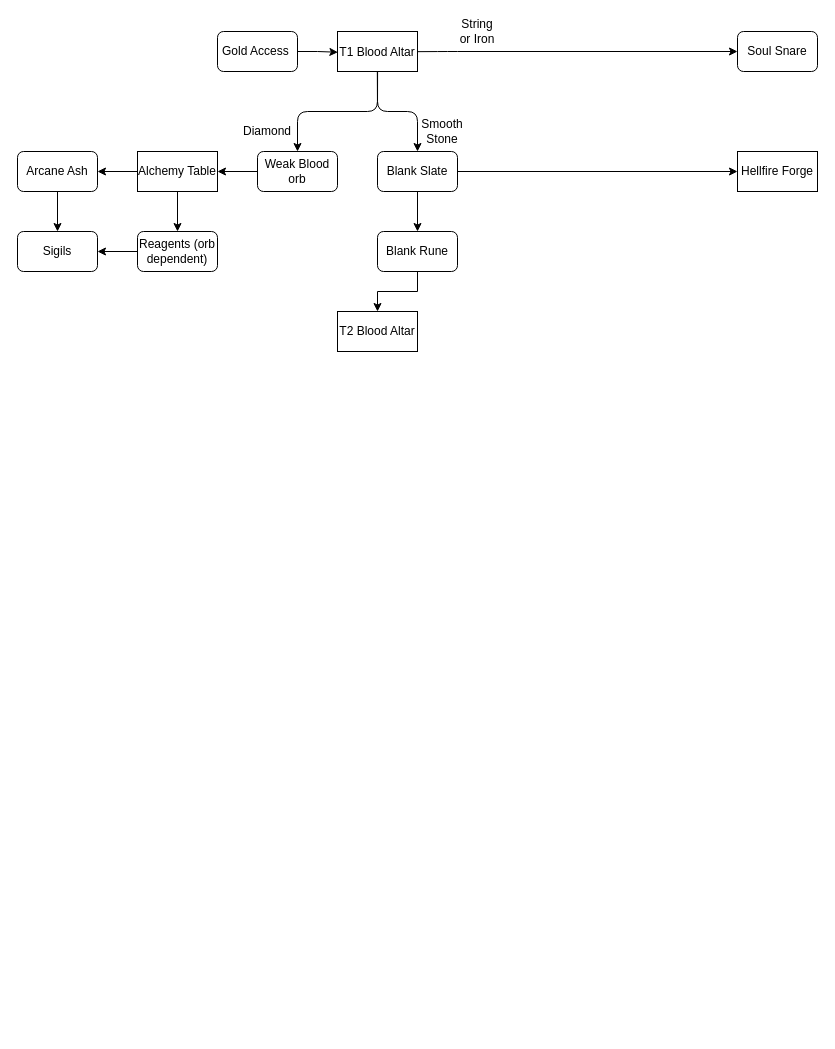
The draw.io diagram BM3 Progression.drawio in WayofTime/BloodMagic, before the edit. Source tidied: cells renumbered, new cells numbered last; positions are measured from the earlier drawing's top-left corner, leaving out a move shared by most shapes. Both pictures are drawn from the tidied source at 100%, with x=0, y=0 at pixel (17, 21).
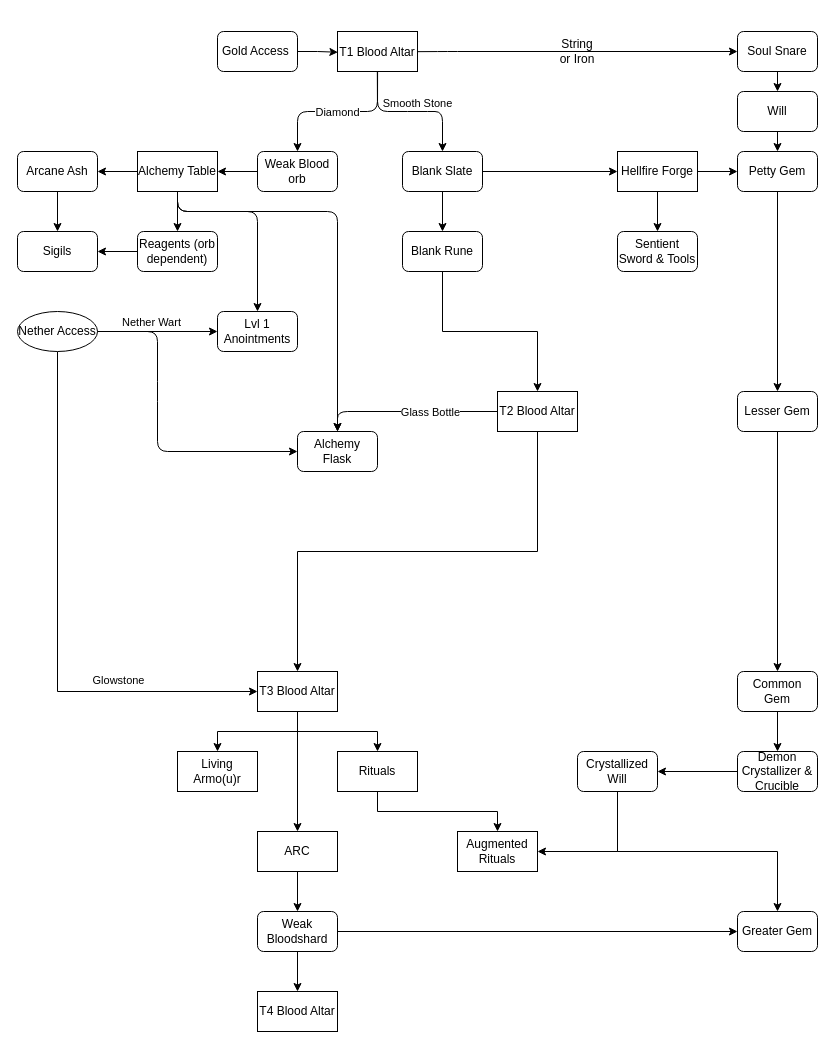
Above is the later version.

Unchanged cells that the change refers to:
```xml
<mxCell id="2" value="T1 Blood Altar" style="shape=umlLifeline;perimeter=lifelinePerimeter;rounded=0;shadow=0;strokeWidth=1;size=40;" parent="1" vertex="1">
  <mxGeometry x="320" y="10" width="80" height="40" as="geometry" />
</mxCell>
<mxCell id="5" value="Soul Snare" style="rounded=1;whiteSpace=wrap;html=1;" parent="1" vertex="1">
  <mxGeometry x="720" y="10" width="80" height="40" as="geometry" />
</mxCell>
<mxCell id="10" value="Alchemy Table" style="rounded=0;whiteSpace=wrap;html=1;glass=0;" parent="1" vertex="1">
  <mxGeometry x="120" y="130" width="80" height="40" as="geometry" />
</mxCell>
<mxCell id="20" style="endArrow=classic;html=1;exitX=0.498;exitY=0.997;exitDx=0;exitDy=0;exitPerimeter=0;entryX=0.5;entryY=0;entryDx=0;entryDy=0;" parent="1" edge="1" source="2" target="14">
  <mxGeometry relative="1" as="geometry">
    <Array as="points">
      <mxPoint x="360" y="90" />
      <mxPoint x="280" y="90" />
    </Array>
  </mxGeometry>
</mxCell>
```

Change to the diagram source:
```diff
@@
+    <mxCell id="29" style="edgeStyle=orthogonalEdgeStyle;rounded=0;jettySize=auto;html=1;exitX=0.5;exitY=1;exitDx=0;exitDy=0;entryX=0.5;entryY=0;entryDx=0;entryDy=0;" parent="1" edge="1" source="5" target="34">
+      <mxGeometry relative="1" as="geometry" />
+    </mxCell>
@@
     <mxCell id="7" value="String or Iron" style="text;html=1;strokeColor=none;fillColor=none;align=center;verticalAlign=middle;whiteSpace=wrap;rounded=0;" parent="1" vertex="1">
-      <mxGeometry x="440" width="40" height="20" as="geometry" />
+      <mxGeometry x="540" y="20" width="40" height="20" as="geometry" />
     </mxCell>
+    <mxCell id="30" style="edgeStyle=orthogonalEdgeStyle;rounded=0;jettySize=auto;html=1;exitX=1;exitY=0.5;exitDx=0;exitDy=0;entryX=0;entryY=0.5;entryDx=0;entryDy=0;" parent="1" edge="1" source="8" target="36">
+      <mxGeometry relative="1" as="geometry" />
+    </mxCell>
+    <mxCell id="31" style="edgeStyle=orthogonalEdgeStyle;rounded=0;jettySize=auto;html=1;exitX=0.5;exitY=1;exitDx=0;exitDy=0;entryX=0.5;entryY=0;entryDx=0;entryDy=0;" parent="1" edge="1" source="8" target="37">
+      <mxGeometry relative="1" as="geometry" />
+    </mxCell>
     <mxCell id="8" value="Hellfire Forge" style="rounded=0;whiteSpace=wrap;html=1;glass=0;" parent="1" vertex="1">
-      <mxGeometry x="720" y="130" width="80" height="40" as="geometry" />
+      <mxGeometry x="600" y="130" width="80" height="40" as="geometry" />
     </mxCell>
@@
-    <mxCell id="15" value="Diamond" style="text;html=1;strokeColor=none;fillColor=none;align=center;verticalAlign=middle;whiteSpace=wrap;rounded=0;glass=0;" parent="1" vertex="1">
-      <mxGeometry x="230" y="100" width="40" height="20" as="geometry" />
-    </mxCell>
@@
     <mxCell id="18" value="Blank Slate" style="rounded=1;whiteSpace=wrap;html=1;glass=0;" parent="1" vertex="1">
-      <mxGeometry x="360" y="130" width="80" height="40" as="geometry" />
+      <mxGeometry x="385" y="130" width="80" height="40" as="geometry" />
     </mxCell>
     <mxCell id="19" style="endArrow=classic;html=1;entryX=0.5;entryY=0;entryDx=0;entryDy=0;exitX=0.501;exitY=0.997;exitDx=0;exitDy=0;exitPerimeter=0;" parent="1" edge="1" source="2" target="18">
       <mxGeometry relative="1" as="geometry">
         <Array as="points">
           <mxPoint x="360" y="90" />
           <mxPoint x="400" y="90" />
+          <mxPoint x="425" y="90" />
         </Array>
       </mxGeometry>
     </mxCell>
+    <mxCell id="21" value="Smooth Stone" style="edgeLabel;html=1;align=center;verticalAlign=bottom;" parent="19" vertex="1">
+      <mxGeometry x="-0.06" y="-1" relative="1" as="geometry">
+        <mxPoint x="12.1" y="-1" as="offset" />
+      </mxGeometry>
+    </mxCell>
@@
-    <mxCell id="21" value="Smooth Stone" style="text;html=1;strokeColor=none;fillColor=none;align=center;verticalAlign=middle;whiteSpace=wrap;rounded=0;glass=0;" parent="1" vertex="1">
-      <mxGeometry x="405" y="100" width="40" height="20" as="geometry" />
-    </mxCell>
+    <mxCell id="15" value="Diamond" style="edgeLabel;html=1;align=center;verticalAlign=middle;" parent="20" vertex="1">
+      <mxGeometry x="0.17" relative="1" as="geometry">
+        <mxPoint x="13.7" as="offset" />
+      </mxGeometry>
+    </mxCell>
@@
     <mxCell id="27" value="Blank Rune" style="rounded=1;whiteSpace=wrap;html=1;glass=0;" parent="1" vertex="1">
-      <mxGeometry x="360" y="210" width="80" height="40" as="geometry" />
+      <mxGeometry x="385" y="210" width="80" height="40" as="geometry" />
     </mxCell>
+    <mxCell id="32" style="edgeStyle=orthogonalEdgeStyle;rounded=0;jettySize=auto;html=1;exitX=0.5;exitY=1;exitDx=0;exitDy=0;entryX=0.5;entryY=0;entryDx=0;entryDy=0;" parent="1" edge="1" source="28" target="46">
+      <mxGeometry relative="1" as="geometry" />
+    </mxCell>
     <mxCell id="28" value="T2 Blood Altar" style="rounded=0;whiteSpace=wrap;html=1;glass=0;" parent="1" vertex="1">
-      <mxGeometry x="320" y="290" width="80" height="40" as="geometry" />
+      <mxGeometry x="480" y="370" width="80" height="40" as="geometry" />
     </mxCell>
+    <mxCell id="33" style="edgeStyle=orthogonalEdgeStyle;rounded=0;jettySize=auto;html=1;exitX=0.5;exitY=1;exitDx=0;exitDy=0;entryX=0.5;entryY=0;entryDx=0;entryDy=0;" parent="1" edge="1" source="34" target="36">
+      <mxGeometry relative="1" as="geometry" />
+    </mxCell>
+    <mxCell id="34" value="Will" style="rounded=1;whiteSpace=wrap;html=1;glass=0;" parent="1" vertex="1">
+      <mxGeometry x="720" y="70" width="80" height="40" as="geometry" />
+    </mxCell>
+    <mxCell id="35" style="edgeStyle=orthogonalEdgeStyle;rounded=0;jettySize=auto;html=1;exitX=0.5;exitY=1;exitDx=0;exitDy=0;entryX=0.5;entryY=0;entryDx=0;entryDy=0;" parent="1" edge="1" source="36" target="54">
+      <mxGeometry relative="1" as="geometry" />
+    </mxCell>
+    <mxCell id="36" value="Petty Gem" style="rounded=1;whiteSpace=wrap;html=1;glass=0;" parent="1" vertex="1">
+      <mxGeometry x="720" y="130" width="80" height="40" as="geometry" />
+    </mxCell>
+    <mxCell id="37" value="Sentient Sword &amp;amp; Tools" style="rounded=1;whiteSpace=wrap;html=1;glass=0;" parent="1" vertex="1">
+      <mxGeometry x="600" y="210" width="80" height="40" as="geometry" />
+    </mxCell>
+    <mxCell id="38" style="edgeStyle=orthogonalEdgeStyle;rounded=0;jettySize=auto;html=1;exitX=0.5;exitY=1;exitDx=0;exitDy=0;entryX=0;entryY=0.5;entryDx=0;entryDy=0;" parent="1" edge="1" source="42" target="46">
+      <mxGeometry relative="1" as="geometry">
+        <Array as="points">
+          <mxPoint x="40" y="670" />
+        </Array>
+      </mxGeometry>
+    </mxCell>
+    <mxCell id="39" value="Glowstone" style="edgeLabel;html=1;align=center;verticalAlign=middle;" parent="38" vertex="1">
+      <mxGeometry x="-0.11" y="1" relative="1" as="geometry">
+        <mxPoint x="59" y="88.3" as="offset" />
+      </mxGeometry>
+    </mxCell>
+    <mxCell id="40" style="edgeStyle=orthogonalEdgeStyle;rounded=0;jettySize=auto;html=1;exitX=1;exitY=0.5;exitDx=0;exitDy=0;entryX=0;entryY=0.5;entryDx=0;entryDy=0;" parent="1" edge="1" source="42" target="47">
+      <mxGeometry relative="1" as="geometry" />
+    </mxCell>
+    <mxCell id="41" value="Nether Wart" style="edgeLabel;html=1;align=center;verticalAlign=middle;" parent="40" vertex="1">
+      <mxGeometry x="-0.11" y="2" relative="1" as="geometry">
+        <mxPoint y="-8" as="offset" />
+      </mxGeometry>
+    </mxCell>
+    <mxCell id="42" value="Nether Access" style="ellipse;whiteSpace=wrap;html=1;rounded=1;glass=0;" parent="1" vertex="1">
+      <mxGeometry y="290" width="80" height="40" as="geometry" />
+    </mxCell>
+    <mxCell id="43" style="edgeStyle=orthogonalEdgeStyle;rounded=0;jettySize=auto;html=1;exitX=0.5;exitY=1;exitDx=0;exitDy=0;entryX=0.5;entryY=0;entryDx=0;entryDy=0;" parent="1" edge="1" source="46" target="59">
+      <mxGeometry relative="1" as="geometry" />
+    </mxCell>
+    <mxCell id="44" style="edgeStyle=orthogonalEdgeStyle;rounded=0;jettySize=auto;html=1;exitX=0.5;exitY=1;exitDx=0;exitDy=0;entryX=0.5;entryY=0;entryDx=0;entryDy=0;" parent="1" edge="1" source="46" target="60">
+      <mxGeometry relative="1" as="geometry" />
+    </mxCell>
+    <mxCell id="45" style="edgeStyle=orthogonalEdgeStyle;rounded=0;jettySize=auto;html=1;exitX=0.5;exitY=1;exitDx=0;exitDy=0;entryX=0.5;entryY=0;entryDx=0;entryDy=0;" parent="1" edge="1" source="46" target="69">
+      <mxGeometry relative="1" as="geometry" />
+    </mxCell>
+    <mxCell id="46" value="T3 Blood Altar" style="rounded=0;whiteSpace=wrap;html=1;glass=0;" parent="1" vertex="1">
+      <mxGeometry x="240" y="650" width="80" height="40" as="geometry" />
+    </mxCell>
+    <mxCell id="47" value="Lvl 1 Anointments" style="rounded=1;whiteSpace=wrap;html=1;glass=0;" parent="1" vertex="1">
+      <mxGeometry x="200" y="290" width="80" height="40" as="geometry" />
+    </mxCell>
+    <mxCell id="48" style="endArrow=classic;html=1;exitX=0.5;exitY=1;exitDx=0;exitDy=0;entryX=0.5;entryY=0;entryDx=0;entryDy=0;" parent="1" edge="1" source="10" target="47">
+      <mxGeometry relative="1" as="geometry">
+        <Array as="points">
+          <mxPoint x="160" y="190" />
+          <mxPoint x="240" y="190" />
+        </Array>
+      </mxGeometry>
+    </mxCell>
+    <mxCell id="49" value="Alchemy Flask" style="rounded=1;whiteSpace=wrap;html=1;glass=0;" parent="1" vertex="1">
+      <mxGeometry x="280" y="410" width="80" height="40" as="geometry" />
+    </mxCell>
+    <mxCell id="50" style="endArrow=classic;html=1;exitX=0.5;exitY=1;exitDx=0;exitDy=0;entryX=0.5;entryY=0;entryDx=0;entryDy=0;" parent="1" edge="1" source="10" target="49">
+      <mxGeometry relative="1" as="geometry">
+        <Array as="points">
+          <mxPoint x="160" y="190" />
+          <mxPoint x="320" y="190" />
+        </Array>
+      </mxGeometry>
+    </mxCell>
+    <mxCell id="51" style="endArrow=classic;html=1;exitX=0;exitY=0.5;exitDx=0;exitDy=0;entryX=0.5;entryY=0;entryDx=0;entryDy=0;" parent="1" edge="1" source="28" target="49">
+      <mxGeometry relative="1" as="geometry">
+        <Array as="points">
+          <mxPoint x="320" y="390" />
+        </Array>
+      </mxGeometry>
+    </mxCell>
+    <mxCell id="52" value="Glass Bottle" style="edgeLabel;html=1;align=center;verticalAlign=middle;" parent="51" vertex="1">
+      <mxGeometry x="-0.36" y="2" relative="1" as="geometry">
+        <mxPoint x="-9.2" y="-2" as="offset" />
+      </mxGeometry>
+    </mxCell>
+    <mxCell id="53" style="edgeStyle=orthogonalEdgeStyle;rounded=0;jettySize=auto;html=1;exitX=0.5;exitY=1;exitDx=0;exitDy=0;entryX=0.5;entryY=0;entryDx=0;entryDy=0;" parent="1" edge="1" source="54" target="56">
+      <mxGeometry relative="1" as="geometry" />
+    </mxCell>
+    <mxCell id="54" value="Lesser Gem" style="rounded=1;whiteSpace=wrap;html=1;glass=0;" parent="1" vertex="1">
+      <mxGeometry x="720" y="370" width="80" height="40" as="geometry" />
+    </mxCell>
+    <mxCell id="55" style="edgeStyle=orthogonalEdgeStyle;rounded=0;jettySize=auto;html=1;exitX=0.5;exitY=1;exitDx=0;exitDy=0;entryX=0.5;entryY=0;entryDx=0;entryDy=0;" parent="1" edge="1" source="56" target="62">
+      <mxGeometry relative="1" as="geometry" />
+    </mxCell>
+    <mxCell id="56" value="Common Gem" style="rounded=1;whiteSpace=wrap;html=1;glass=0;" parent="1" vertex="1">
+      <mxGeometry x="720" y="650" width="80" height="40" as="geometry" />
+    </mxCell>
+    <mxCell id="57" style="endArrow=classic;html=1;exitX=1;exitY=0.5;exitDx=0;exitDy=0;entryX=0;entryY=0.5;entryDx=0;entryDy=0;" parent="1" edge="1" source="42" target="49">
+      <mxGeometry relative="1" as="geometry">
+        <Array as="points">
+          <mxPoint x="140" y="310" />
+          <mxPoint x="140" y="370" />
+          <mxPoint x="140" y="430" />
+        </Array>
+      </mxGeometry>
+    </mxCell>
+    <mxCell id="58" style="edgeStyle=orthogonalEdgeStyle;rounded=0;jettySize=auto;html=1;exitX=0.5;exitY=1;exitDx=0;exitDy=0;entryX=0.5;entryY=0;entryDx=0;entryDy=0;" parent="1" edge="1" source="59" target="66">
+      <mxGeometry relative="1" as="geometry" />
+    </mxCell>
+    <mxCell id="59" value="Rituals" style="rounded=0;whiteSpace=wrap;html=1;glass=0;" parent="1" vertex="1">
+      <mxGeometry x="320" y="730" width="80" height="40" as="geometry" />
+    </mxCell>
+    <mxCell id="60" value="Living Armo(u)r" style="rounded=0;whiteSpace=wrap;html=1;glass=0;" parent="1" vertex="1">
+      <mxGeometry x="160" y="730" width="80" height="40" as="geometry" />
+    </mxCell>
+    <mxCell id="61" style="edgeStyle=orthogonalEdgeStyle;rounded=0;jettySize=auto;html=1;exitX=0;exitY=0.5;exitDx=0;exitDy=0;entryX=1;entryY=0.5;entryDx=0;entryDy=0;" parent="1" edge="1" source="62" target="65">
+      <mxGeometry relative="1" as="geometry" />
+    </mxCell>
+    <mxCell id="62" value="Demon Crystallizer &amp;amp; Crucible" style="rounded=1;whiteSpace=wrap;html=1;glass=0;" parent="1" vertex="1">
+      <mxGeometry x="720" y="730" width="80" height="40" as="geometry" />
+    </mxCell>
+    <mxCell id="63" style="edgeStyle=orthogonalEdgeStyle;rounded=0;jettySize=auto;html=1;exitX=0.5;exitY=1;exitDx=0;exitDy=0;entryX=1;entryY=0.5;entryDx=0;entryDy=0;" parent="1" edge="1" source="65" target="66">
+      <mxGeometry relative="1" as="geometry" />
+    </mxCell>
+    <mxCell id="64" style="edgeStyle=orthogonalEdgeStyle;rounded=0;jettySize=auto;html=1;exitX=0.5;exitY=1;exitDx=0;exitDy=0;entryX=0.5;entryY=0;entryDx=0;entryDy=0;" parent="1" edge="1" source="65" target="67">
+      <mxGeometry relative="1" as="geometry">
+        <Array as="points">
+          <mxPoint x="600" y="830" />
+          <mxPoint x="760" y="830" />
+        </Array>
+      </mxGeometry>
+    </mxCell>
+    <mxCell id="65" value="Crystallized Will" style="rounded=1;whiteSpace=wrap;html=1;glass=0;" parent="1" vertex="1">
+      <mxGeometry x="560" y="730" width="80" height="40" as="geometry" />
+    </mxCell>
+    <mxCell id="66" value="Augmented Rituals" style="rounded=0;whiteSpace=wrap;html=1;glass=0;" parent="1" vertex="1">
+      <mxGeometry x="440" y="810" width="80" height="40" as="geometry" />
+    </mxCell>
+    <mxCell id="67" value="Greater Gem" style="rounded=1;whiteSpace=wrap;html=1;glass=0;" parent="1" vertex="1">
+      <mxGeometry x="720" y="890" width="80" height="40" as="geometry" />
+    </mxCell>
+    <mxCell id="68" style="edgeStyle=orthogonalEdgeStyle;rounded=0;jettySize=auto;html=1;exitX=0.5;exitY=1;exitDx=0;exitDy=0;entryX=0.5;entryY=0;entryDx=0;entryDy=0;" parent="1" edge="1" source="69" target="72">
+      <mxGeometry relative="1" as="geometry" />
+    </mxCell>
+    <mxCell id="69" value="ARC" style="rounded=0;whiteSpace=wrap;html=1;glass=0;" parent="1" vertex="1">
+      <mxGeometry x="240" y="810" width="80" height="40" as="geometry" />
+    </mxCell>
+    <mxCell id="70" style="edgeStyle=orthogonalEdgeStyle;rounded=0;jettySize=auto;html=1;exitX=1;exitY=0.5;exitDx=0;exitDy=0;" parent="1" edge="1" source="72" target="67">
+      <mxGeometry relative="1" as="geometry" />
+    </mxCell>
+    <mxCell id="71" style="edgeStyle=orthogonalEdgeStyle;rounded=0;jettySize=auto;html=1;exitX=0.5;exitY=1;exitDx=0;exitDy=0;entryX=0.5;entryY=0;entryDx=0;entryDy=0;" parent="1" edge="1" source="72" target="73">
+      <mxGeometry relative="1" as="geometry" />
+    </mxCell>
+    <mxCell id="72" value="Weak Bloodshard" style="rounded=1;whiteSpace=wrap;html=1;glass=0;" parent="1" vertex="1">
+      <mxGeometry x="240" y="890" width="80" height="40" as="geometry" />
+    </mxCell>
+    <mxCell id="73" value="T4 Blood Altar" style="rounded=0;whiteSpace=wrap;html=1;glass=0;" parent="1" vertex="1">
+      <mxGeometry x="240" y="970" width="80" height="40" as="geometry" />
+    </mxCell>
```
